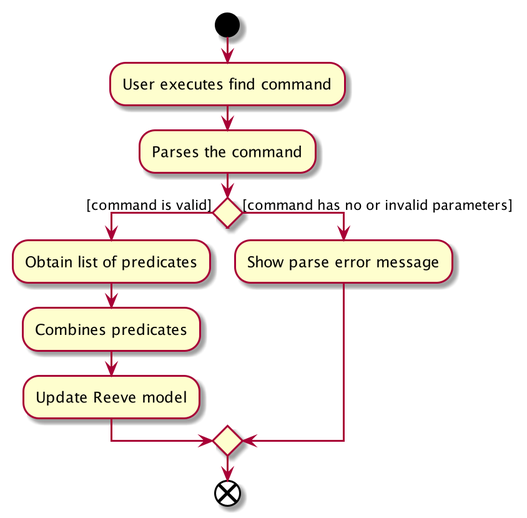
Earlier version of the PlantUML export docs/images/FindCommandActivityDiagram.png (nus-cs2103-AY2021S1/tp).
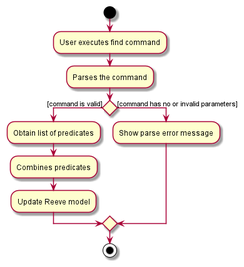
Above is the later version.

Commit message:
Update activity diagram

Change to the diagram source:
```diff
@@ -11,5 +11,5 @@
     :Show parse error message;
 
 endif
-end
+stop
 @enduml
```
